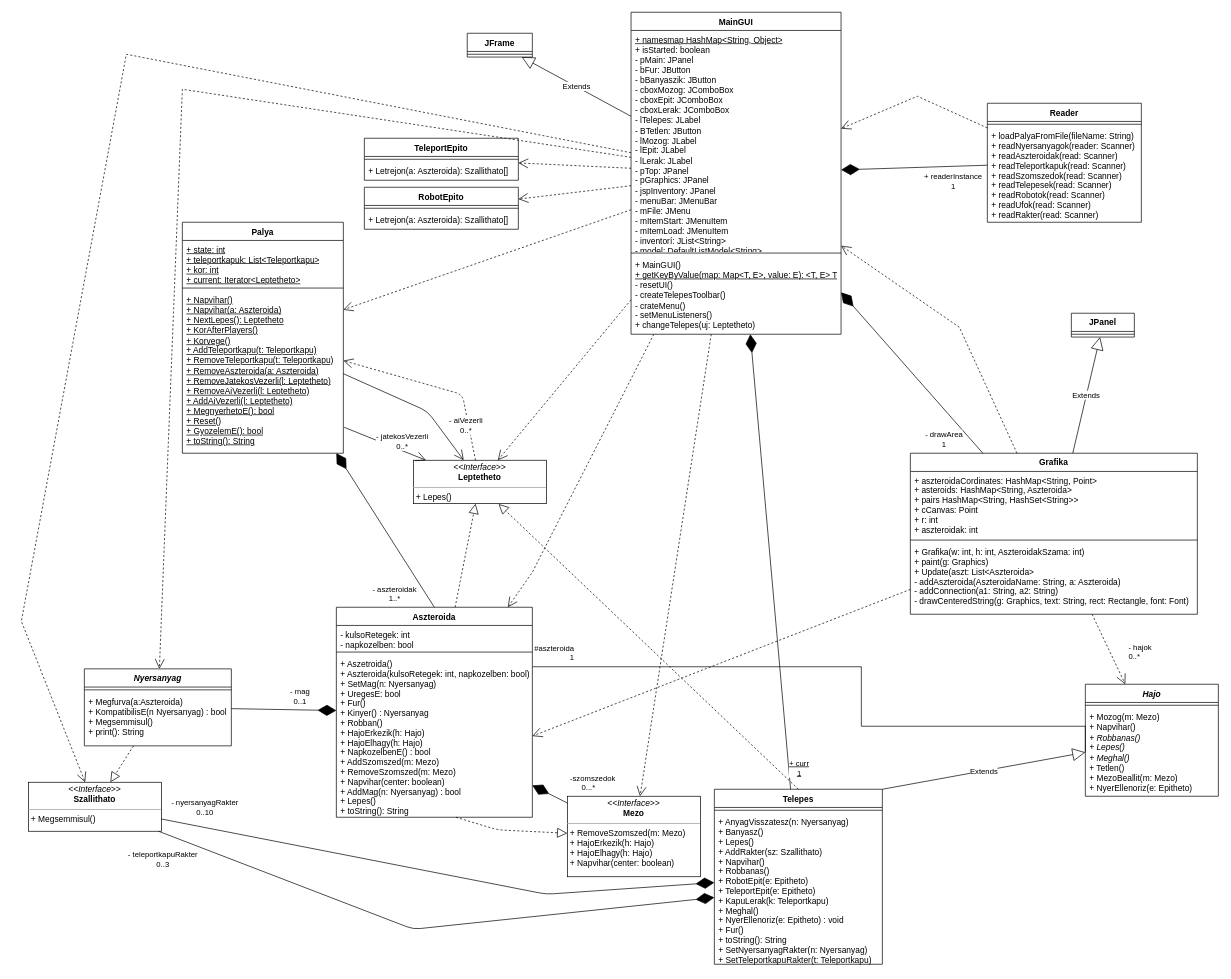
torpeBoiGo/aszteroidabanyaszat keeps this draw.io diagram as doc/grafikus_osztalydiagram.drawio. Above is the earlier version. Source tidied: cells renumbered, new cells numbered last; positions are measured from the earlier drawing's top-left corner, leaving out a move shared by most shapes. Both pictures are drawn from the tidied source at 70%, with x=0, y=0 at pixel (21, 12).
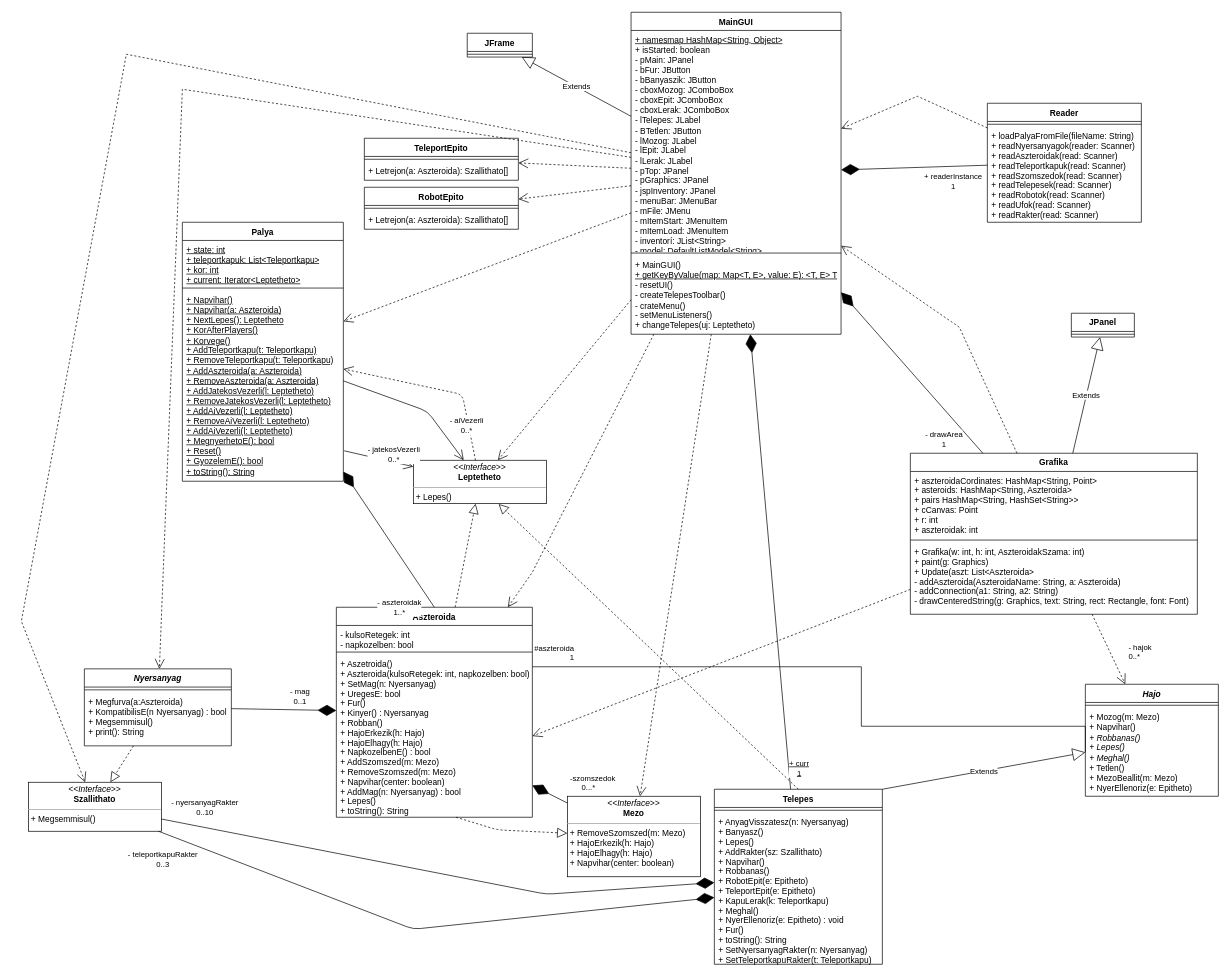
The same page after the edit.

Commit message:
palya metódusai

Diff of the diagram source:
```diff
@@
     <mxCell id="80" value="Palya" style="swimlane;fontStyle=1;align=center;verticalAlign=top;horizontal=1;startSize=26;" parent="1" vertex="1">
-      <mxGeometry x="230" y="300" width="230" height="330" as="geometry" />
+      <mxGeometry x="230" y="300" width="230" height="370" as="geometry" />
     </mxCell>
@@
-    <mxCell id="83" value="&lt;u&gt;+ Napvihar()&lt;br&gt;+ Napvihar(a: Aszteroida)&lt;br&gt;+ NextLepes(): Leptetheto&lt;br&gt;+ KorAfterPlayers()&lt;br&gt;+ Korvege()&lt;br&gt;+ AddTeleportkapu(t: Teleportkapu)&lt;br&gt;+ RemoveTeleportkapu(t: Teleportkapu)&lt;br&gt;+ RemoveAszteroida(a: Aszteroida)&lt;br&gt;+ RemoveJatekosVezerli(l: Leptetheto)&lt;br&gt;+ RemoveAiVezerli(l: Leptetheto)&lt;br&gt;+ AddAiVezerli(l: Leptetheto)&lt;br&gt;+ MegnyerhetoE(): bool&lt;br&gt;+ Reset()&lt;br&gt;+ GyozelemE(): bool&lt;br&gt;+ toString(): String&lt;/u&gt;" style="text;strokeColor=none;fillColor=none;align=left;verticalAlign=top;spacingLeft=4;spacingRight=4;overflow=hidden;points=[[0,0.5],[1,0.5]];portConstraint=eastwest;html=1;" parent="80" vertex="1">
-      <mxGeometry y="98" width="230" height="232" as="geometry" />
+    <mxCell id="83" value="&lt;u&gt;+ Napvihar()&lt;br&gt;+ Napvihar(a: Aszteroida)&lt;br&gt;+ NextLepes(): Leptetheto&lt;br&gt;+ KorAfterPlayers()&lt;br&gt;+ Korvege()&lt;br&gt;+ AddTeleportkapu(t: Teleportkapu)&lt;br&gt;+ RemoveTeleportkapu(t: Teleportkapu)&lt;br&gt;+ AddAszteroida(a: Aszteroida)&lt;br&gt;+ RemoveAszteroida(a: Aszteroida)&lt;br&gt;+ AddJatekosVezerli(l: Leptetheto)&lt;br&gt;+ RemoveJatekosVezerli(l: Leptetheto)&lt;br&gt;+ AddAiVezerli(l: Leptetheto)&lt;br&gt;+ RemoveAiVezerli(l: Leptetheto)&lt;br&gt;+ AddAiVezerli(l: Leptetheto)&lt;br&gt;+ MegnyerhetoE(): bool&lt;br&gt;+ Reset()&lt;br&gt;+ GyozelemE(): bool&lt;br&gt;+ toString(): String&lt;/u&gt;" style="text;strokeColor=none;fillColor=none;align=left;verticalAlign=top;spacingLeft=4;spacingRight=4;overflow=hidden;points=[[0,0.5],[1,0.5]];portConstraint=eastwest;html=1;" parent="80" vertex="1">
+      <mxGeometry y="98" width="230" height="272" as="geometry" />
     </mxCell>
```
